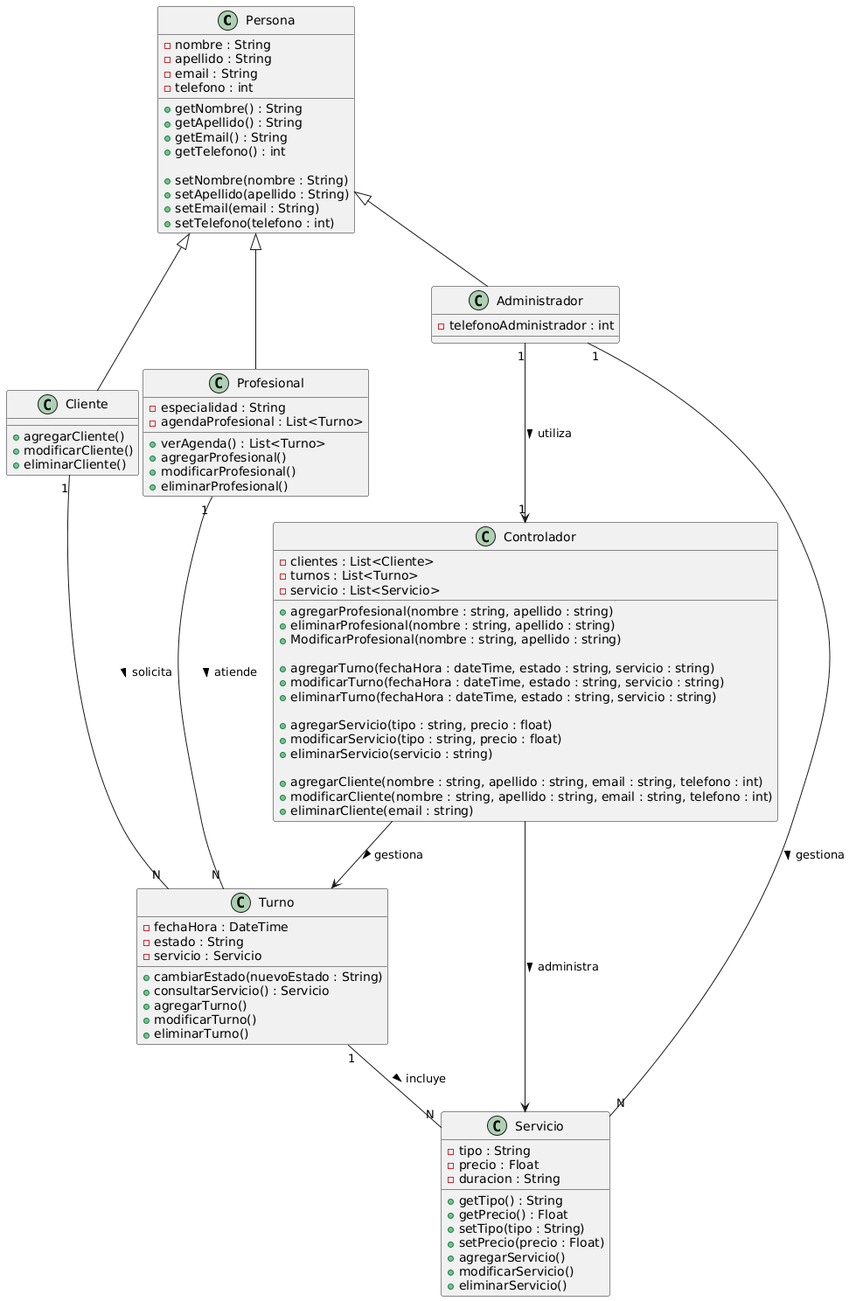
The PlantUML diagram Documentacion/06 Diagrama de clases/diagrama de clases.png in Juamppa/practica-profesionalizante-1, before a commit.
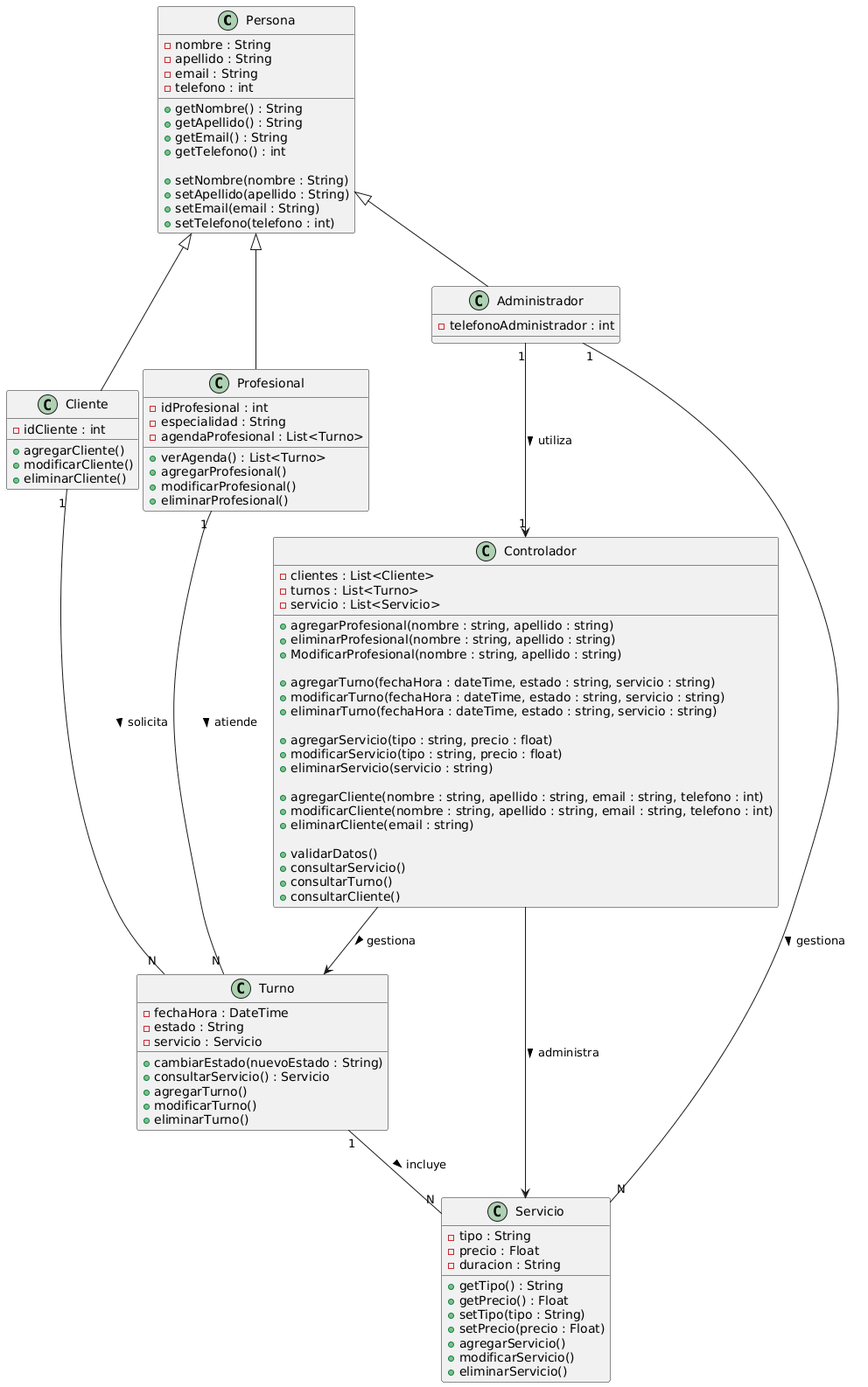
After the commit.

Diff of the diagram source:
```diff
@@ -20,12 +20,15 @@
 }
 
 class Cliente {
+  - idCliente : int
+
   + agregarCliente()
   + modificarCliente()
   + eliminarCliente()
 }
 
 class Profesional {
+  - idProfesional : int
   - especialidad : String
   - agendaProfesional : List<Turno>
 
@@ -87,6 +90,11 @@
   + agregarCliente(nombre : string, apellido : string, email : string, telefono : int)
   + modificarCliente(nombre : string, apellido : string, email : string, telefono : int)
   + eliminarCliente(email : string)
+
+  + validarDatos()
+  + consultarServicio()
+  + consultarTurno()
+  + consultarCliente()
 }
 
 Persona <|-- Cliente
```
